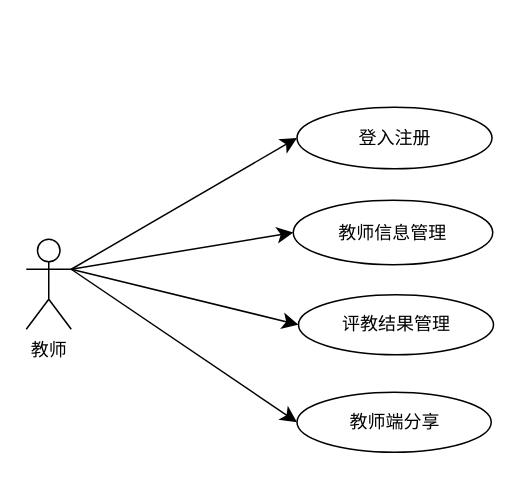
Before: page "教师" (3 of 7) of 未命名绘图.drawio in mao-user/2024code, a draw.io diagram. Source tidied: cells renumbered, new cells numbered last; positions are measured from the earlier drawing's top-left corner, leaving out a move shared by most shapes. Both pictures are drawn from the tidied source at 150%, with x=0, y=0 at pixel (26, 106).
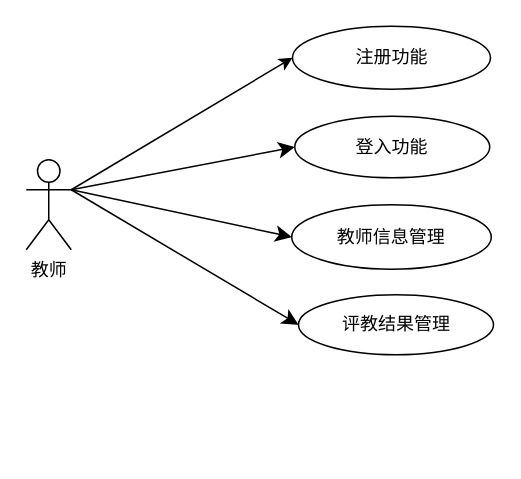
Above is the later version.

What changed in the source:
```diff
@@
 <mxGraphModel>
   <root>
     <mxCell id="0" />
     <mxCell id="1" parent="0" />
     <mxCell id="2" style="edgeStyle=none;curved=1;rounded=0;jettySize=auto;html=1;exitX=1;exitY=0.3333333333333333;exitDx=0;exitDy=0;exitPerimeter=0;entryX=0;entryY=0.5;entryDx=0;entryDy=0;fontSize=12;startSize=8;endSize=8;" parent="1" edge="1" source="6" target="7">
       <mxGeometry relative="1" as="geometry" />
     </mxCell>
     <mxCell id="3" style="edgeStyle=none;curved=1;rounded=0;jettySize=auto;html=1;exitX=1;exitY=0.3333333333333333;exitDx=0;exitDy=0;exitPerimeter=0;entryX=0;entryY=0.5;entryDx=0;entryDy=0;fontSize=12;startSize=8;endSize=8;" parent="1" edge="1" source="6" target="8">
       <mxGeometry relative="1" as="geometry" />
     </mxCell>
     <mxCell id="4" style="edgeStyle=none;curved=1;rounded=0;jettySize=auto;html=1;exitX=1;exitY=0.3333333333333333;exitDx=0;exitDy=0;exitPerimeter=0;entryX=0;entryY=0.5;entryDx=0;entryDy=0;fontSize=12;startSize=8;endSize=8;" parent="1" edge="1" source="6" target="9">
       <mxGeometry relative="1" as="geometry" />
     </mxCell>
-    <mxCell id="5" style="edgeStyle=none;curved=1;rounded=0;jettySize=auto;html=1;exitX=1;exitY=0.3333333333333333;exitDx=0;exitDy=0;exitPerimeter=0;entryX=0;entryY=0.5;entryDx=0;entryDy=0;fontSize=12;startSize=8;endSize=8;" parent="1" edge="1" source="6" target="10">
-      <mxGeometry relative="1" as="geometry" />
-    </mxCell>
+    <mxCell id="11" style="edgeStyle=none;rounded=0;jettySize=auto;html=1;exitX=1;exitY=0.3333333333333333;exitDx=0;exitDy=0;exitPerimeter=0;entryX=0;entryY=0.5;entryDx=0;entryDy=0;" parent="1" edge="1" source="6" target="12">
+      <mxGeometry relative="1" as="geometry" />
+    </mxCell>
     <mxCell id="6" value="教师" style="shape=umlActor;verticalLabelPosition=bottom;verticalAlign=top;html=1;outlineConnect=0;" parent="1" vertex="1">
-      <mxGeometry y="88" width="30" height="60" as="geometry" />
+      <mxGeometry y="35" width="30" height="60" as="geometry" />
     </mxCell>
     <mxCell id="7" value="教师信息管理" style="ellipse;whiteSpace=wrap;html=1;" parent="1" vertex="1">
-      <mxGeometry x="178" y="62" width="133" height="43" as="geometry" />
+      <mxGeometry x="177" y="65" width="133" height="43" as="geometry" />
     </mxCell>
     <mxCell id="8" value="评教结果管理" style="ellipse;whiteSpace=wrap;html=1;" parent="1" vertex="1">
       <mxGeometry x="181.5" y="125" width="130" height="40" as="geometry" />
     </mxCell>
-    <mxCell id="9" value="登入注册" style="ellipse;whiteSpace=wrap;html=1;" parent="1" vertex="1">
-      <mxGeometry x="180.5" width="130" height="41" as="geometry" />
+    <mxCell id="9" value="登入功能" style="ellipse;whiteSpace=wrap;html=1;" parent="1" vertex="1">
+      <mxGeometry x="179" y="6" width="130" height="41" as="geometry" />
     </mxCell>
-    <mxCell id="10" value="教师端分享" style="ellipse;whiteSpace=wrap;html=1;" parent="1" vertex="1">
-      <mxGeometry x="180.5" y="190" width="129.5" height="40" as="geometry" />
-    </mxCell>
+    <mxCell id="12" value="注册功能" style="ellipse;whiteSpace=wrap;html=1;" parent="1" vertex="1">
+      <mxGeometry x="177.5" y="-54" width="132" height="42" as="geometry" />
+    </mxCell>
   </root>
 </mxGraphModel>
```
